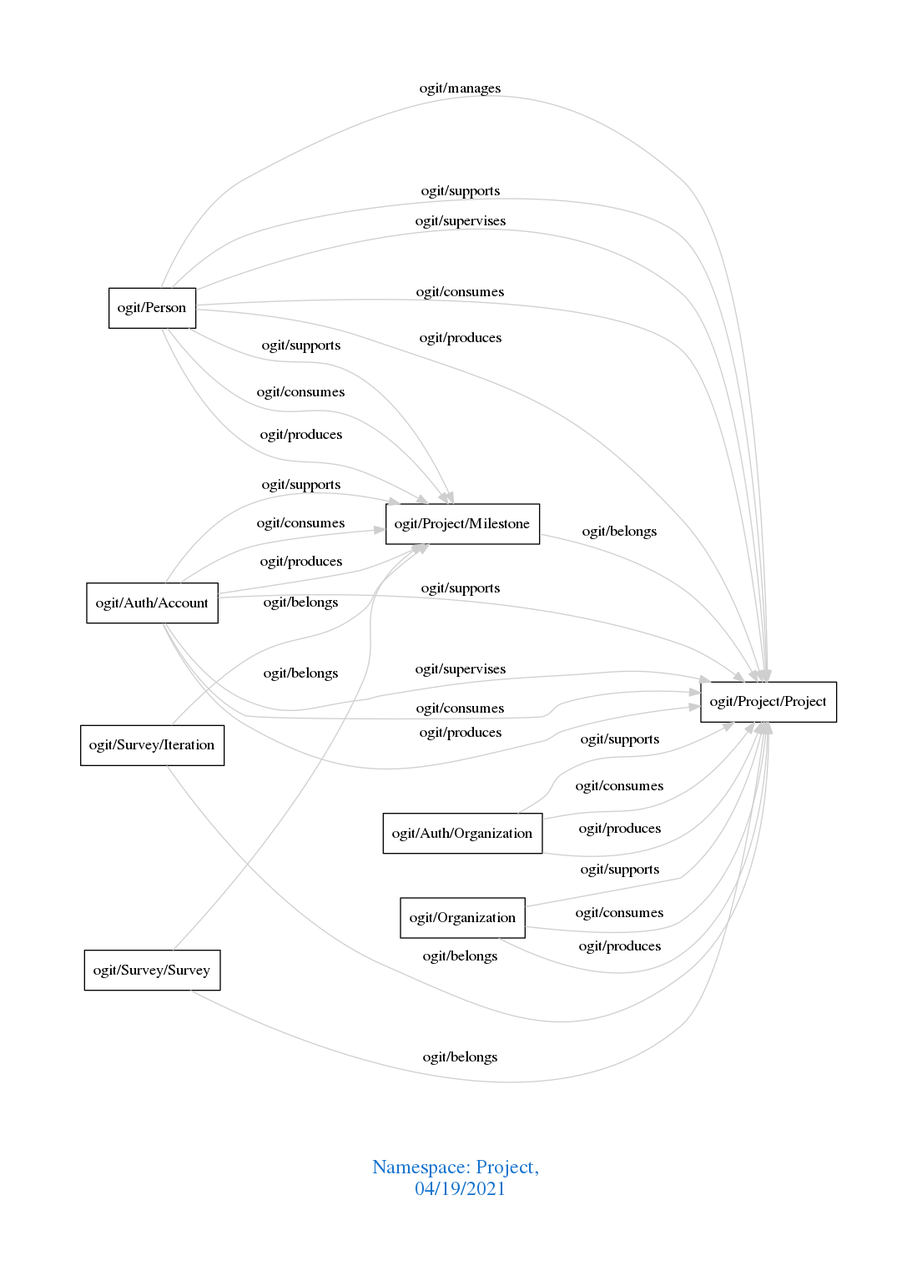
Above: downloads/Project.png in arago/OGIT (Graphviz), before the change. Its source is kept beside it as downloads/Project.dot.
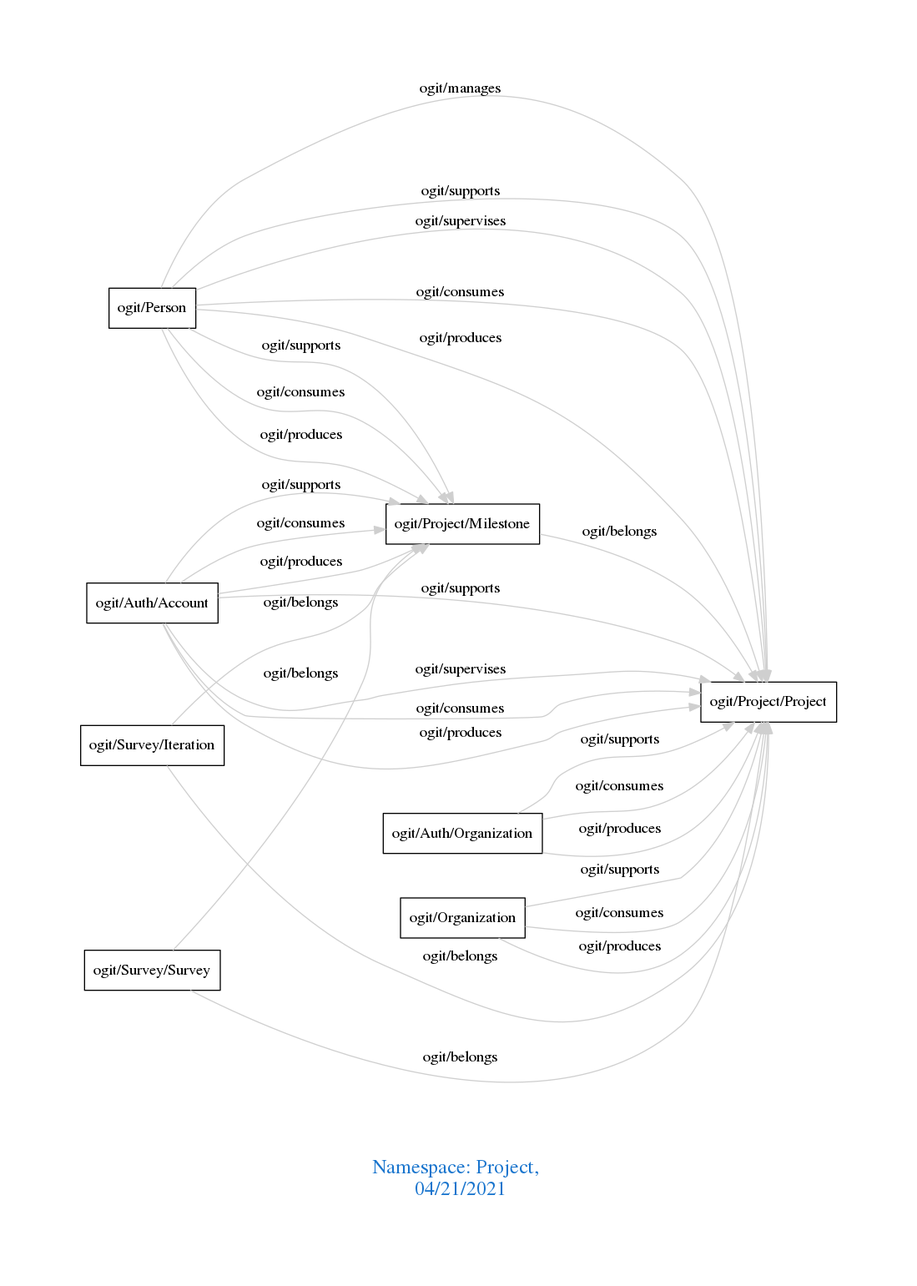
After the change.

Change to the diagram source:
```diff
@@ -1,7 +1,7 @@
 digraph OGIT_ontology {
  graph [ rankdir= LR,pad=1
 fontsize = 18,
-fontcolor= dodgerblue3,label = "\n\n\nNamespace: Project, \n 04/19/2021"];
+fontcolor= dodgerblue3,label = "\n\n\nNamespace: Project, \n 04/21/2021"];
 node[shape=polygon];
 edge [  color="gray81"];
 
```
